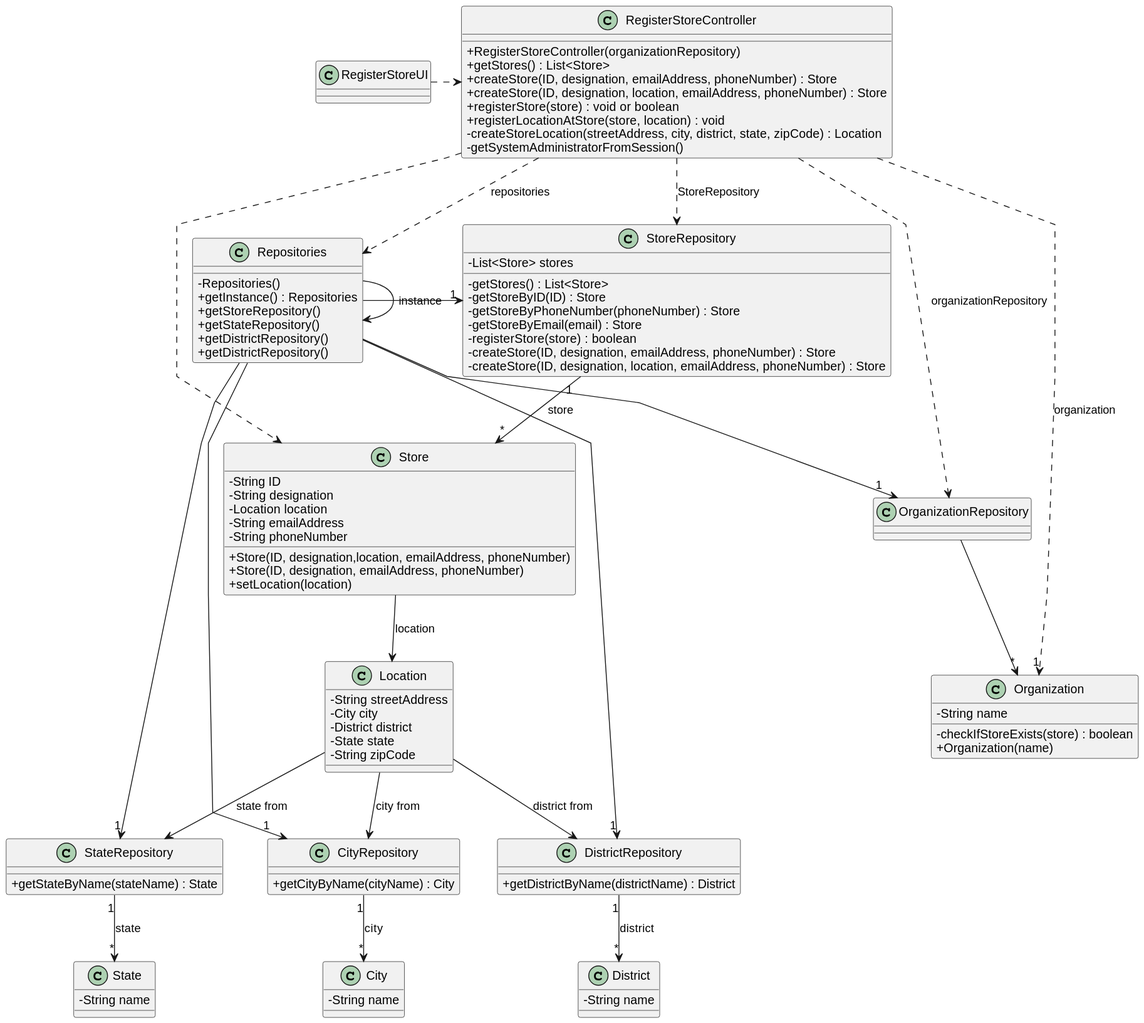
Before: docs/sprintD/us005/03.design/svg/us005-class-diagram.svg, a diagram exported from PlantUML (1220812/LAPR2).
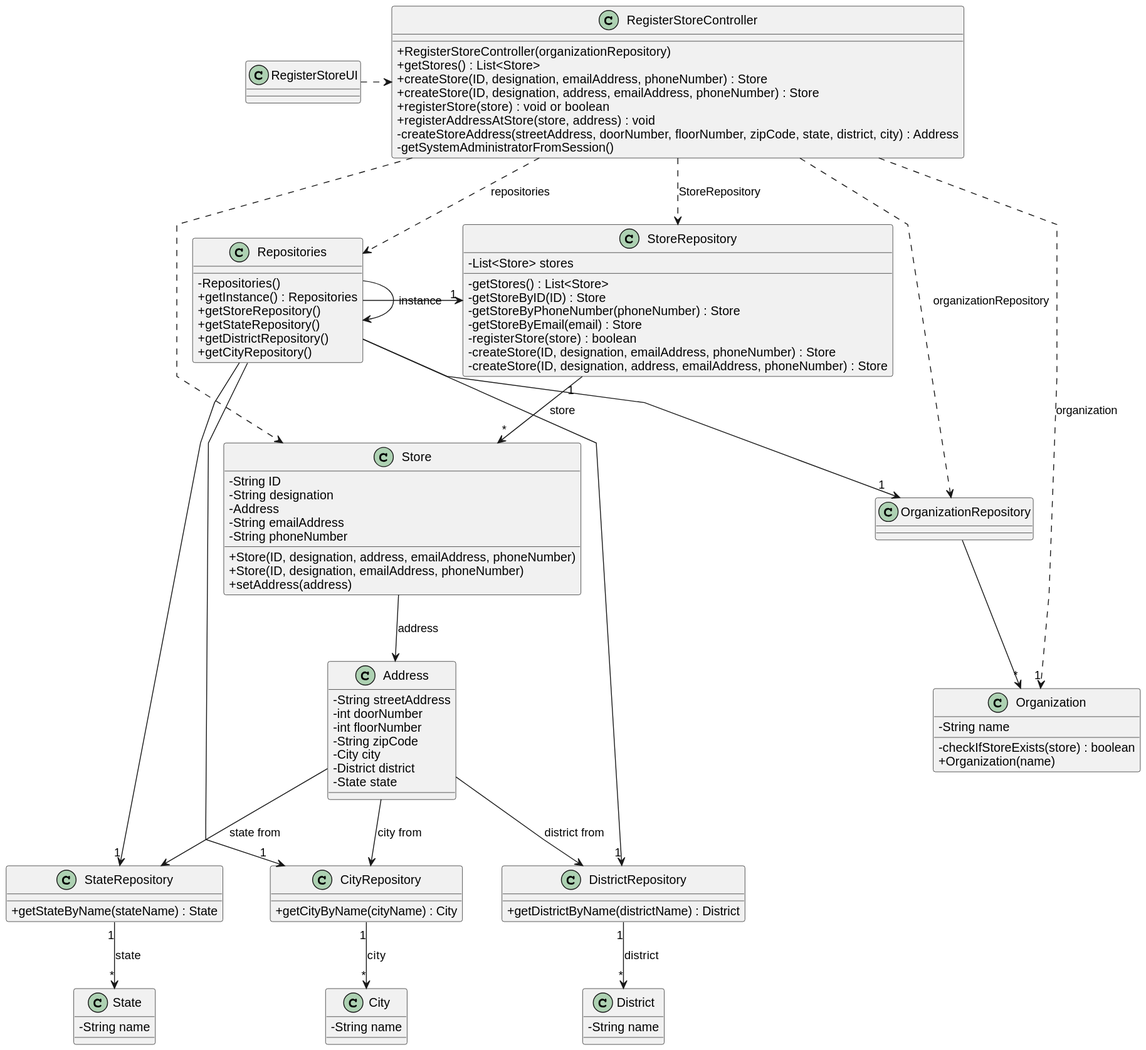
Above is the later version.

Commit message:
US005- Fixed the mistakes in system sequence diagram, sequence diagram full and class diagram

Diff of the diagram source:
```diff
@@ -6,12 +6,14 @@
 skinparam classAttributeIconSize 0
 
 
-class Location {
+class Address {
     -String streetAddress
+    -int doorNumber
+    -int floorNumber
+    -String zipCode
     -City city
     -District district
     -State state
-    -String zipCode
 }
 
 class City{
@@ -29,13 +31,13 @@
 class Store {
     - String ID
     - String designation
-    - Location location
+    - Address
     - String emailAddress
     - String phoneNumber
 
-    + Store(ID, designation,location, emailAddress, phoneNumber)
+    + Store(ID, designation, address, emailAddress, phoneNumber)
     + Store(ID, designation, emailAddress, phoneNumber)
-    + setLocation(location)
+    + setAddress(address)
 }
 
 class Organization {
@@ -52,7 +54,7 @@
     - getStoreByEmail(email) : Store
     - registerStore(store) : boolean
     - createStore(ID, designation, emailAddress, phoneNumber) : Store
-    - createStore(ID, designation, location, emailAddress, phoneNumber) : Store
+    - createStore(ID, designation, address, emailAddress, phoneNumber) : Store
 }
 
 class StateRepository{
@@ -73,17 +75,17 @@
     + getStoreRepository()
     + getStateRepository()
     + getDistrictRepository()
-    + getDistrictRepository()
+    + getCityRepository()
 }
 
 class RegisterStoreController {
     + RegisterStoreController(organizationRepository)
     + getStores() : List<Store>
     + createStore(ID, designation, emailAddress, phoneNumber) : Store
-    + createStore(ID, designation, location, emailAddress, phoneNumber) : Store
+    + createStore(ID, designation, address, emailAddress, phoneNumber) : Store
     + registerStore(store) : void or boolean
-    + registerLocationAtStore(store, location) : void
-    - createStoreLocation(streetAddress, city, district, state, zipCode) : Location
+    + registerAddressAtStore(store, address) : void
+    - createStoreAddress(streetAddress, doorNumber, floorNumber, zipCode, state, district, city) : Address
     - getSystemAdministratorFromSession()
 }
 
@@ -116,8 +118,8 @@
 DistrictRepository "1" --> "*" District : district
 CityRepository "1" --> "*" City : city
 
-Store --> Location : location
-Location --> StateRepository : state from
-Location --> DistrictRepository : district from
-Location --> CityRepository : city from
+Store --> Address : address
+Address --> StateRepository : state from
+Address --> DistrictRepository : district from
+Address --> CityRepository : city from
 @enduml
```
